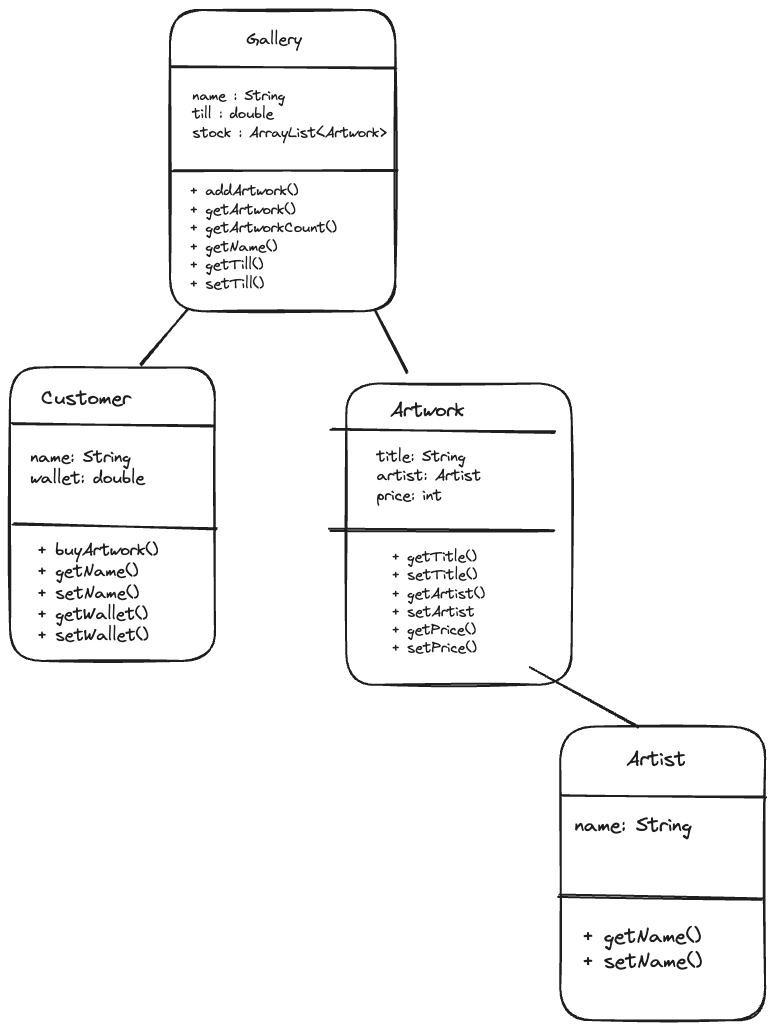
dena-shiranipour/ArtGallery keeps this Excalidraw diagram as ArtGalleryPlan.png. Above is the earlier version. Source tidied: one line per element, renumbered; positions are measured from the earlier drawing's top-left corner, leaving out a move shared by most shapes.
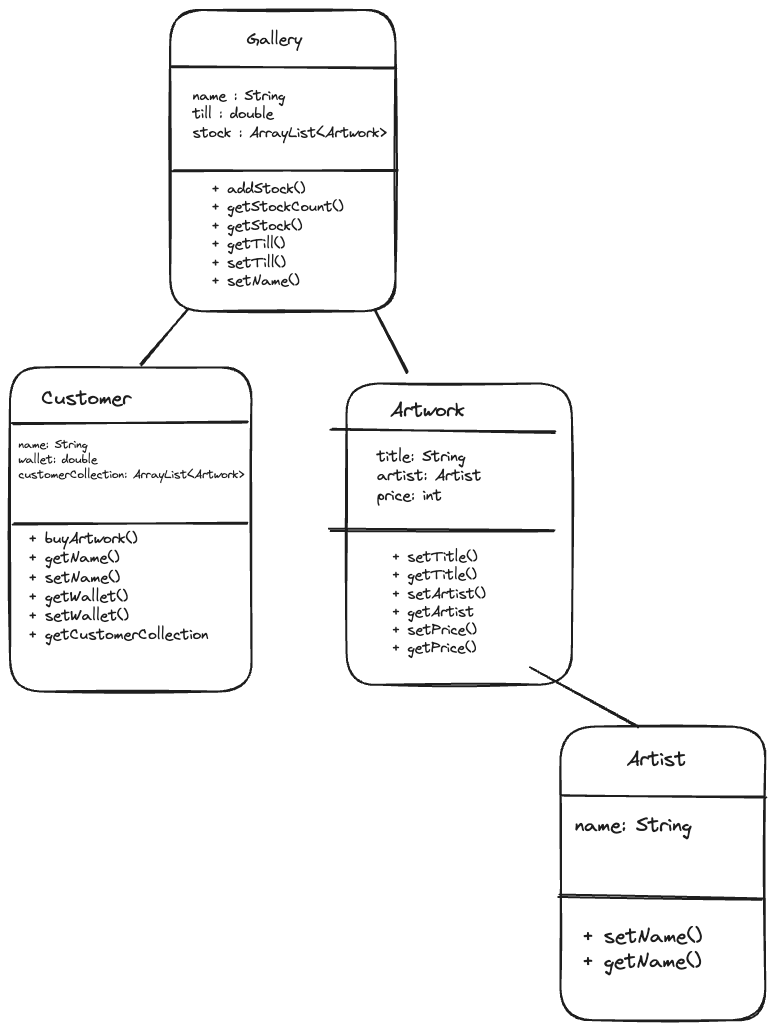
After the commit.

Change to the diagram source:
```diff
@@ -3,25 +3,25 @@
 {"id": 2, "type": "line", "strokeColor": "#1e1e1e", "strokeWidth": 2, "roughness": 1, "round": true, "x": 162, "y": 161, "width": 225, "height": 1, "points": [[0, 0], [225, -1]]}
 {"id": 3, "type": "text", "text": "Gallery", "strokeColor": "#1e1e1e", "strokeWidth": 2, "roughness": 1, "fontSize": 16.14, "fontFamily": 1, "x": 237, "y": 20, "width": 55, "height": 20}
 {"id": 4, "type": "text", "text": "name : String\ntill : double\nstock : ArrayList<Artwork>\n", "strokeColor": "#1e1e1e", "strokeWidth": 2, "roughness": 1, "fontSize": 14.59, "fontFamily": 1, "x": 183, "y": 77, "width": 194, "height": 73}
-{"id": 5, "type": "text", "text": "+ addArtwork()\n+ getArtwork()\n+ getArtworkCount()\n+ getName()\n+ getTill()\n+ setTill()\n", "strokeColor": "#1e1e1e", "strokeWidth": 2, "roughness": 1, "fontSize": 14.77, "fontFamily": 1, "x": 179, "y": 172, "width": 148, "height": 129}
+{"id": 5, "type": "text", "text": "+ addStock()\n+ getStockCount()\n+ getStock()\n+ getTill()\n+ setTill()\n+ setName()\n", "strokeColor": "#1e1e1e", "strokeWidth": 2, "roughness": 1, "fontSize": 14.77, "fontFamily": 1, "x": 201, "y": 170, "width": 133, "height": 129}
 {"id": 6, "type": "rectangle", "strokeColor": "#1e1e1e", "strokeWidth": 2, "roughness": 1, "round": true, "x": 336, "y": 373, "width": 225, "height": 301}
 {"id": 7, "type": "line", "strokeColor": "#1e1e1e", "strokeWidth": 2, "roughness": 1, "round": true, "x": 321, "y": 419, "width": 224, "height": 2, "points": [[0, 0], [224, 2]]}
 {"id": 8, "type": "line", "strokeColor": "#1e1e1e", "strokeWidth": 2, "roughness": 1, "round": true, "x": 320, "y": 519, "width": 224, "height": 2, "points": [[0, 0], [224, 2]]}
 {"id": 9, "type": "text", "text": "Artwork", "strokeColor": "#1e1e1e", "strokeWidth": 2, "roughness": 1, "fontSize": 20, "fontFamily": 1, "x": 380, "y": 389, "width": 75, "height": 25}
 {"id": 10, "type": "text", "text": "title: String\nartist: Artist\nprice: int", "strokeColor": "#1e1e1e", "strokeWidth": 2, "roughness": 1, "fontSize": 15.58, "fontFamily": 1, "x": 367, "y": 437, "width": 104, "height": 58}
-{"id": 11, "type": "text", "text": "+ getTitle()\n+ setTitle()\n+ getArtist()\n+ setArtist\n+ getPrice()\n+ setPrice()", "strokeColor": "#1e1e1e", "strokeWidth": 2, "roughness": 1, "fontSize": 14.53, "fontFamily": 1, "x": 381, "y": 539, "width": 94, "height": 109}
+{"id": 11, "type": "text", "text": "+ setTitle()\n+ getTitle()\n+ setArtist()\n+ getArtist\n+ setPrice()\n+ getPrice()", "strokeColor": "#1e1e1e", "strokeWidth": 2, "roughness": 1, "fontSize": 14.53, "fontFamily": 1, "x": 381, "y": 539, "width": 95, "height": 109}
-{"id": 12, "type": "rectangle", "strokeColor": "#1e1e1e", "strokeWidth": 2, "roughness": 1, "round": true, "x": 0, "y": 357, "width": 205, "height": 293}
+{"id": 12, "type": "rectangle", "strokeColor": "#1e1e1e", "strokeWidth": 2, "roughness": 1, "round": true, "x": 0, "y": 357, "width": 241, "height": 324}
-{"id": 13, "type": "line", "strokeColor": "#1e1e1e", "strokeWidth": 2, "roughness": 1, "round": true, "x": 3, "y": 414, "width": 201, "height": 2, "points": [[0, 0], [201, 2]]}
+{"id": 13, "type": "line", "strokeColor": "#1e1e1e", "strokeWidth": 2, "roughness": 1, "round": true, "from": 16, "to": 12, "x": 3, "y": 414, "width": 234, "height": 2, "points": [[0, 0], [234, -2]]}
-{"id": 14, "type": "line", "strokeColor": "#1e1e1e", "strokeWidth": 2, "roughness": 1, "round": true, "x": 3, "y": 515, "width": 203, "height": 4, "points": [[0, 0], [203, 4]]}
+{"id": 14, "type": "line", "strokeColor": "#1e1e1e", "strokeWidth": 2, "roughness": 1, "round": true, "from": 17, "to": 12, "x": 3, "y": 515, "width": 233, "height": 2, "points": [[0, 0], [233, -2]]}
 {"id": 15, "type": "text", "text": "Customer", "strokeColor": "#1e1e1e", "strokeWidth": 2, "roughness": 1, "fontSize": 20, "fontFamily": 1, "x": 31, "y": 377, "width": 90, "height": 25}
-{"id": 16, "type": "text", "text": "name: String\nwallet: double", "strokeColor": "#1e1e1e", "strokeWidth": 2, "roughness": 1, "fontSize": 17.17, "fontFamily": 1, "x": 21, "y": 437, "width": 114, "height": 43}
+{"id": 16, "type": "text", "text": "name: String\nwallet: double\ncustomerCollection: ArrayList<Artwork>", "strokeColor": "#1e1e1e", "strokeWidth": 2, "roughness": 1, "fontSize": 11.86, "fontFamily": 1, "x": 8, "y": 428, "width": 226, "height": 44}
-{"id": 17, "type": "text", "text": "+ buyArtwork()\n+ getName()\n+ setName()\n+ getWallet()\n+ setWallet()", "strokeColor": "#1e1e1e", "strokeWidth": 2, "roughness": 1, "fontSize": 17.04, "fontFamily": 1, "x": 26, "y": 530, "width": 122, "height": 107}
+{"id": 17, "type": "text", "text": "+ buyArtwork()\n+ getName()\n+ setName()\n+ getWallet()\n+ setWallet()\n+ getCustomerCollection", "strokeColor": "#1e1e1e", "strokeWidth": 2, "roughness": 1, "fontSize": 15.32, "fontFamily": 1, "x": 18, "y": 520, "width": 181, "height": 115}
 {"id": 18, "type": "rectangle", "strokeColor": "#1e1e1e", "strokeWidth": 2, "roughness": 1, "round": true, "x": 550, "y": 717, "width": 205, "height": 293}
 {"id": 19, "type": "line", "strokeColor": "#1e1e1e", "strokeWidth": 2, "roughness": 1, "round": true, "x": 553, "y": 784, "width": 202, "height": 3, "points": [[0, 0], [202, 3]]}
 {"id": 20, "type": "line", "strokeColor": "#1e1e1e", "strokeWidth": 2, "roughness": 1, "round": true, "x": 549, "y": 885, "width": 203, "height": 4, "points": [[0, 0], [203, 4]]}
 {"id": 21, "type": "text", "text": "Artist", "strokeColor": "#1e1e1e", "strokeWidth": 2, "roughness": 1, "fontSize": 20, "fontFamily": 1, "x": 617, "y": 738, "width": 60, "height": 25}
 {"id": 22, "type": "text", "text": "name: String", "strokeColor": "#1e1e1e", "strokeWidth": 2, "roughness": 1, "fontSize": 20, "fontFamily": 1, "x": 565, "y": 803, "width": 117, "height": 25}
-{"id": 23, "type": "text", "text": "+ getName()\n+ setName()", "strokeColor": "#1e1e1e", "strokeWidth": 2, "roughness": 1, "fontSize": 20, "fontFamily": 1, "x": 571, "y": 914, "width": 120, "height": 50}
+{"id": 23, "type": "text", "text": "+ setName()\n+ getName()", "strokeColor": "#1e1e1e", "strokeWidth": 2, "roughness": 1, "fontSize": 20, "fontFamily": 1, "x": 571, "y": 914, "width": 120, "height": 50}
 {"id": 24, "type": "line", "strokeColor": "#1e1e1e", "strokeWidth": 2, "roughness": 1, "round": true, "x": 177, "y": 300, "width": 46, "height": 54, "points": [[0, 0], [-46, 54]]}
 {"id": 25, "type": "line", "strokeColor": "#1e1e1e", "strokeWidth": 2, "roughness": 1, "round": true, "x": 365, "y": 301, "width": 32, "height": 61, "points": [[0, 0], [32, 61]]}
 {"id": 26, "type": "line", "strokeColor": "#1e1e1e", "strokeWidth": 2, "roughness": 1, "round": true, "x": 521, "y": 658, "width": 107, "height": 59, "points": [[0, 0], [107, 59]]}
```
